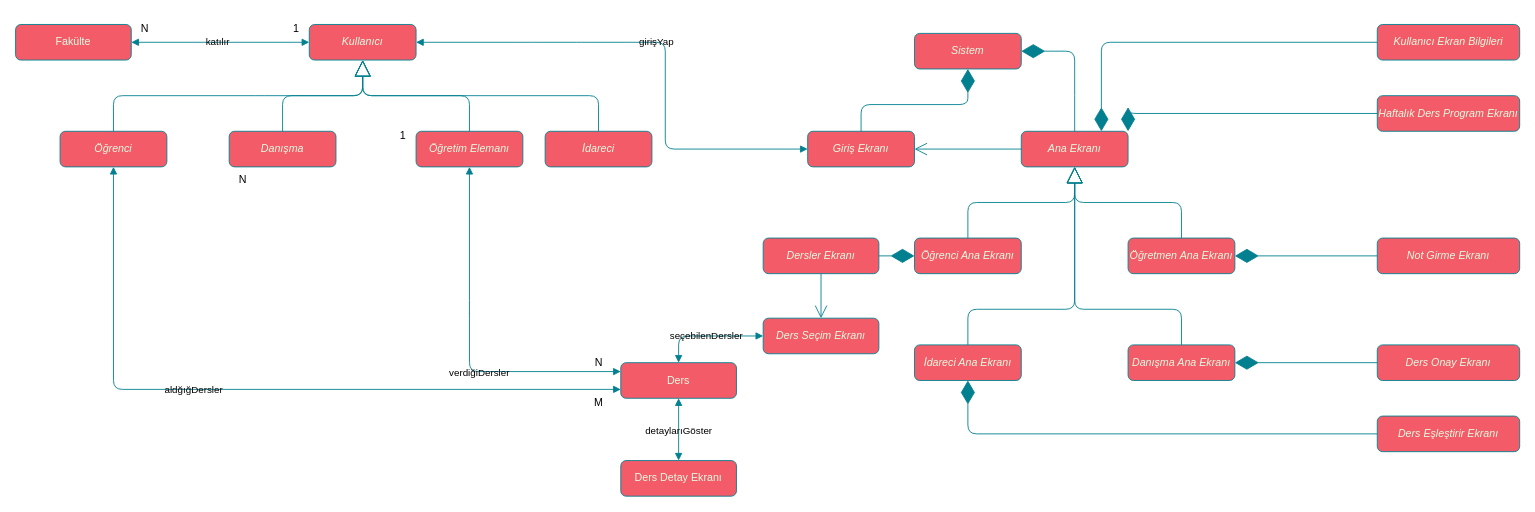
This is DrawIO(UML)/UBYS UML Concept.drawio from FP-Leo/Student_Information-_System-UBYS, a draw.io file, before an edit. Source tidied: cells renumbered, new cells numbered last; positions are measured from the earlier drawing's top-left corner, leaving out a move shared by most shapes. Both pictures are drawn from the tidied source at 89%, with x=0, y=0 at pixel (15, 15).
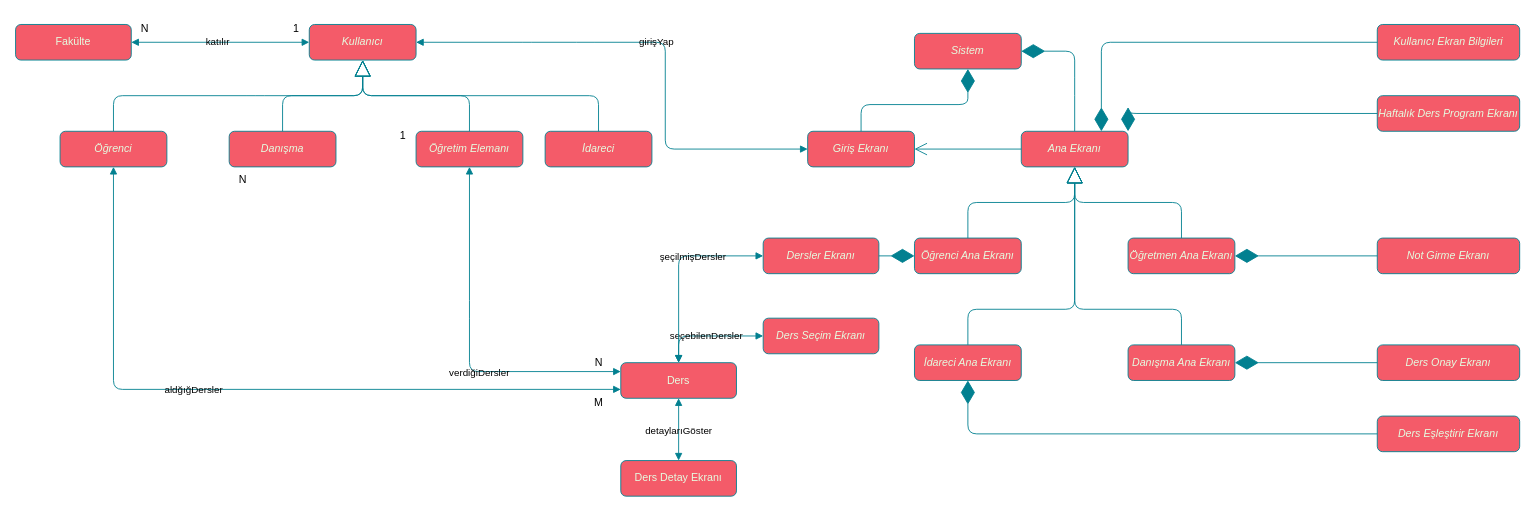
The same diagram, later.

Commit message:
Small Correction In UML Concept

Finished course on API, will redraw Implementation and start coding tomorrow.

The change refers to these unchanged cells:
```xml
<mxCell id="16" value="&lt;span style=&quot;text-wrap: nowrap;&quot;&gt;&lt;i&gt;Dersler Ekranı&lt;/i&gt;&lt;/span&gt;" style="html=1;whiteSpace=wrap;rounded=1;labelBackgroundColor=none;fillColor=#F45B69;strokeColor=#028090;fontColor=#E4FDE1;" parent="1" vertex="1">
  <mxGeometry x="840" y="250" width="130" height="40" as="geometry" />
</mxCell>
<mxCell id="23" value="&lt;span style=&quot;text-wrap: nowrap;&quot;&gt;&lt;i&gt;Ders Seçim Ekranı&lt;/i&gt;&lt;/span&gt;" style="html=1;whiteSpace=wrap;rounded=1;labelBackgroundColor=none;fillColor=#F45B69;strokeColor=#028090;fontColor=#E4FDE1;" parent="1" vertex="1">
  <mxGeometry x="840" y="340" width="130" height="40" as="geometry" />
</mxCell>
<mxCell id="26" value="Ders" style="html=1;whiteSpace=wrap;rounded=1;labelBackgroundColor=none;fillColor=#F45B69;strokeColor=#028090;fontColor=#E4FDE1;" parent="1" vertex="1">
  <mxGeometry x="680" y="390" width="130" height="40" as="geometry" />
</mxCell>
```

The edit, as a diff of the source:
```diff
@@
-    <mxCell id="38" style="endArrow=open;endFill=1;endSize=12;html=1;rounded=1;exitX=0.5;exitY=1;exitDx=0;exitDy=0;entryX=0.5;entryY=0;entryDx=0;entryDy=0;labelBackgroundColor=none;strokeColor=#028090;fontColor=default;" parent="1" edge="1" source="16" target="23">
-      <mxGeometry relative="1" as="geometry" />
-    </mxCell>
@@
+    <mxCell id="60" style="endArrow=block;startArrow=block;endFill=1;startFill=1;html=1;rounded=1;exitX=0;exitY=0.5;exitDx=0;exitDy=0;labelBackgroundColor=none;strokeColor=#028090;fontColor=default;entryX=0.5;entryY=0;entryDx=0;entryDy=0;" parent="1" edge="1" source="16" target="26">
+      <mxGeometry relative="1" as="geometry">
+        <Array as="points">
+          <mxPoint x="745" y="270" />
+        </Array>
+      </mxGeometry>
+    </mxCell>
+    <mxCell id="61" value="şeçilmişDersler" style="edgeLabel;html=1;align=center;verticalAlign=middle;rounded=1;labelBackgroundColor=none;fontColor=#000000;" parent="60" vertex="1">
+      <mxGeometry x="0.04" y="-1" relative="1" as="geometry">
+        <mxPoint x="16" y="-17" as="offset" />
+      </mxGeometry>
+    </mxCell>
```
